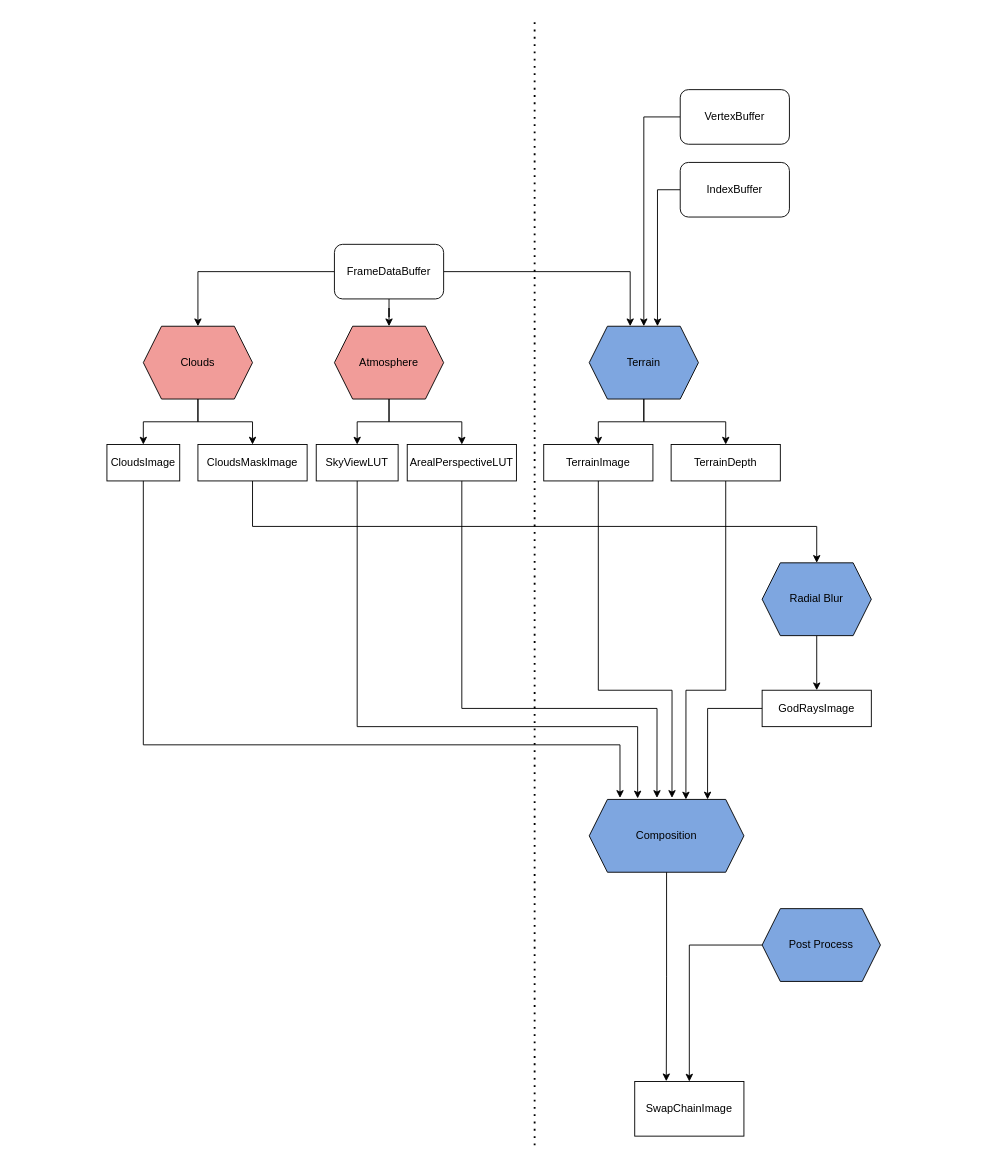
Above: examples/cloud_renderer/framegraph.drawio in elliahu/hammock (draw.io), before the change. Source tidied: cells renumbered, new cells numbered last; positions are measured from the earlier drawing's top-left corner, leaving out a move shared by most shapes. Both pictures are drawn from the tidied source at 91%, with x=0, y=0 at pixel (106, 16).
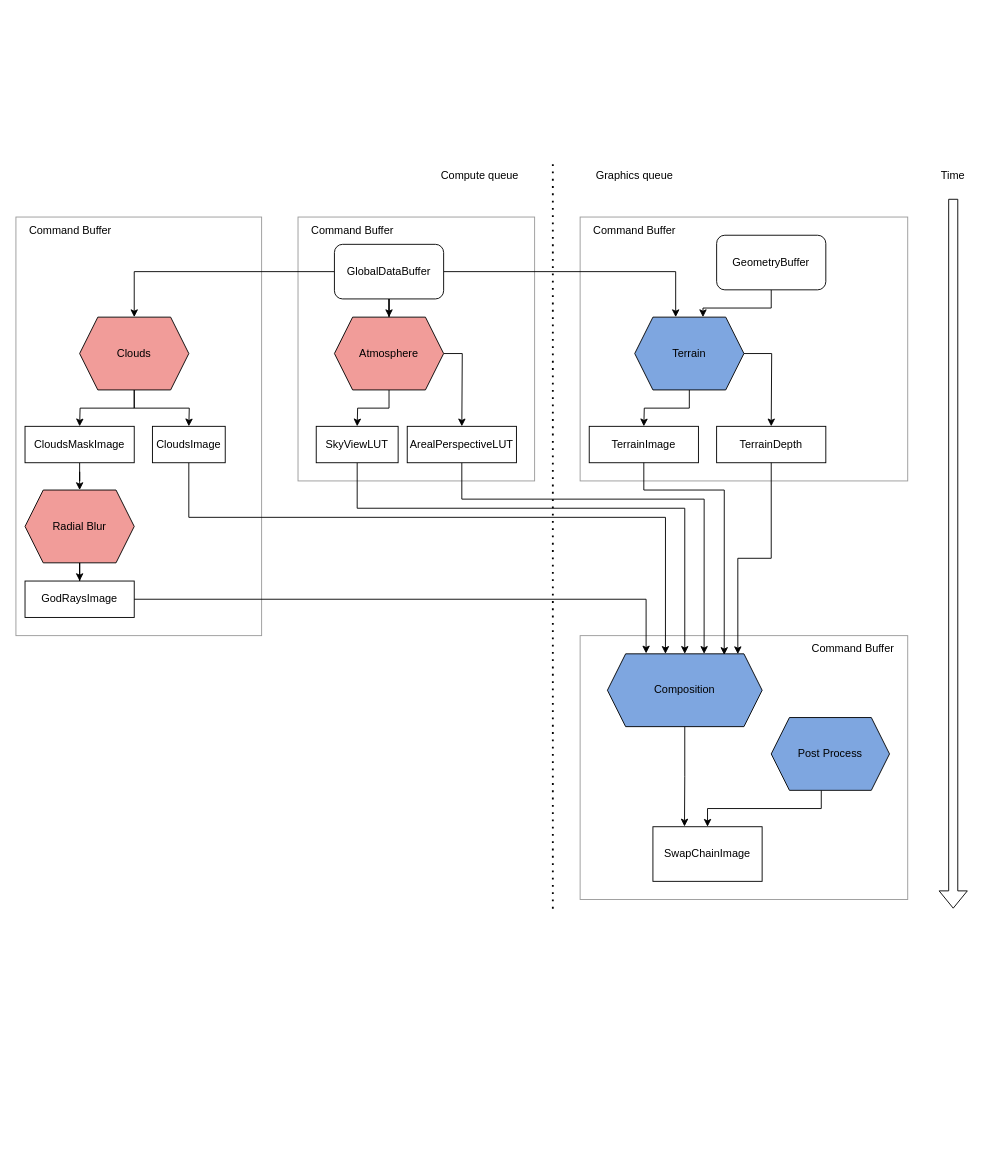
The same page after the edit.

The edit, as a diff of the source:
```diff
@@
+    <mxCell id="41" style="rounded=0;whiteSpace=wrap;html=1;fillColor=none;strokeColor=#999999;" parent="1" vertex="1">
+      <mxGeometry x="520" y="680" width="360" height="290" as="geometry" />
+    </mxCell>
+    <mxCell id="42" style="rounded=0;whiteSpace=wrap;html=1;fillColor=none;strokeColor=#999999;" parent="1" vertex="1">
+      <mxGeometry x="520" y="220" width="360" height="290" as="geometry" />
+    </mxCell>
+    <mxCell id="43" style="rounded=0;whiteSpace=wrap;html=1;fillColor=none;strokeColor=#999999;" parent="1" vertex="1">
+      <mxGeometry x="210" y="220" width="260" height="290" as="geometry" />
+    </mxCell>
+    <mxCell id="44" style="rounded=0;whiteSpace=wrap;html=1;fillColor=none;strokeColor=#999999;" parent="1" vertex="1">
+      <mxGeometry x="-100" y="220" width="270" height="460" as="geometry" />
+    </mxCell>
-    <mxCell id="2" style="edgeStyle=orthogonalEdgeStyle;rounded=0;jettySize=auto;html=1;entryX=0.5;entryY=0;entryDx=0;entryDy=0;" parent="1" edge="1" source="4" target="9">
-      <mxGeometry relative="1" as="geometry" />
+    <mxCell id="2" style="edgeStyle=orthogonalEdgeStyle;rounded=0;jettySize=auto;html=1;entryX=0.5;entryY=0;entryDx=0;entryDy=0;" parent="1" edge="1" source="4">
+      <mxGeometry relative="1" as="geometry">
+        <mxPoint x="-30" y="450" as="targetPoint" />
+      </mxGeometry>
     </mxCell>
-    <mxCell id="3" style="edgeStyle=orthogonalEdgeStyle;rounded=0;jettySize=auto;html=1;entryX=0.5;entryY=0;entryDx=0;entryDy=0;" parent="1" edge="1" source="4" target="11">
-      <mxGeometry relative="1" as="geometry" />
+    <mxCell id="3" style="edgeStyle=orthogonalEdgeStyle;rounded=0;jettySize=auto;html=1;entryX=0.5;entryY=0;entryDx=0;entryDy=0;" parent="1" edge="1" source="4">
+      <mxGeometry relative="1" as="geometry">
+        <mxPoint x="90" y="450" as="targetPoint" />
+      </mxGeometry>
     </mxCell>
     <mxCell id="4" value="Clouds" style="shape=hexagon;perimeter=hexagonPerimeter2;whiteSpace=wrap;html=1;fixedSize=1;fillColor=#F19C99;" parent="1" vertex="1">
-      <mxGeometry x="40" y="340" width="120" height="80" as="geometry" />
+      <mxGeometry x="-30" y="330" width="120" height="80" as="geometry" />
     </mxCell>
@@
-    <mxCell id="8" value="FrameDataBuffer" style="rounded=1;whiteSpace=wrap;html=1;" parent="1" vertex="1">
+    <mxCell id="8" value="GlobalDataBuffer" style="rounded=1;whiteSpace=wrap;html=1;" parent="1" vertex="1">
       <mxGeometry x="250" y="250" width="120" height="60" as="geometry" />
     </mxCell>
+    <mxCell id="36" style="edgeStyle=orthogonalEdgeStyle;rounded=0;jettySize=auto;html=1;entryX=0.375;entryY=0;entryDx=0;entryDy=0;" parent="1" edge="1" source="9" target="12">
+      <mxGeometry relative="1" as="geometry">
+        <Array as="points">
+          <mxPoint x="90" y="550" />
+          <mxPoint x="614" y="550" />
+        </Array>
+      </mxGeometry>
+    </mxCell>
     <mxCell id="9" value="CloudsImage" style="rounded=0;whiteSpace=wrap;html=1;" parent="1" vertex="1">
-      <mxGeometry y="470" width="80" height="40" as="geometry" />
+      <mxGeometry x="50" y="450" width="80" height="40" as="geometry" />
     </mxCell>
-    <mxCell id="10" style="edgeStyle=orthogonalEdgeStyle;rounded=0;jettySize=auto;html=1;" parent="1" edge="1" source="11" target="19">
-      <mxGeometry relative="1" as="geometry">
-        <Array as="points">
-          <mxPoint x="160" y="560" />
-          <mxPoint x="780" y="560" />
-        </Array>
-      </mxGeometry>
+    <mxCell id="10" style="edgeStyle=orthogonalEdgeStyle;rounded=0;jettySize=auto;html=1;entryX=0.5;entryY=0;entryDx=0;entryDy=0;" parent="1" edge="1" source="11" target="19">
+      <mxGeometry relative="1" as="geometry" />
     </mxCell>
     <mxCell id="11" value="CloudsMask&lt;span style=&quot;background-color: transparent; color: light-dark(rgb(0, 0, 0), rgb(255, 255, 255));&quot;&gt;Image&lt;/span&gt;" style="rounded=0;whiteSpace=wrap;html=1;" parent="1" vertex="1">
-      <mxGeometry x="100" y="470" width="120" height="40" as="geometry" />
+      <mxGeometry x="-90" y="450" width="120" height="40" as="geometry" />
     </mxCell>
     <mxCell id="12" value="Composition" style="shape=hexagon;perimeter=hexagonPerimeter2;whiteSpace=wrap;html=1;fixedSize=1;fillColor=#7EA6E0;" parent="1" vertex="1">
-      <mxGeometry x="530" y="860" width="170" height="80" as="geometry" />
+      <mxGeometry x="550" y="700" width="170" height="80" as="geometry" />
     </mxCell>
     <mxCell id="13" value="SwapChainImage" style="rounded=0;whiteSpace=wrap;html=1;" parent="1" vertex="1">
-      <mxGeometry x="580" y="1170" width="120" height="60" as="geometry" />
+      <mxGeometry x="600" y="890" width="120" height="60" as="geometry" />
     </mxCell>
-    <mxCell id="14" style="edgeStyle=orthogonalEdgeStyle;rounded=0;jettySize=auto;html=1;entryX=0.5;entryY=0;entryDx=0;entryDy=0;" parent="1" edge="1" source="16" target="17">
-      <mxGeometry relative="1" as="geometry" />
+    <mxCell id="14" style="edgeStyle=orthogonalEdgeStyle;rounded=0;jettySize=auto;html=1;entryX=0.5;entryY=0;entryDx=0;entryDy=0;" parent="1" edge="1" source="16">
+      <mxGeometry relative="1" as="geometry">
+        <mxPoint x="590" y="450" as="targetPoint" />
+      </mxGeometry>
     </mxCell>
-    <mxCell id="15" style="edgeStyle=orthogonalEdgeStyle;rounded=0;jettySize=auto;html=1;entryX=0.5;entryY=0;entryDx=0;entryDy=0;" parent="1" edge="1" source="16" target="32">
-      <mxGeometry relative="1" as="geometry" />
+    <mxCell id="15" style="edgeStyle=orthogonalEdgeStyle;rounded=0;jettySize=auto;html=1;entryX=0.5;entryY=0;entryDx=0;entryDy=0;" parent="1" edge="1" source="16">
+      <mxGeometry relative="1" as="geometry">
+        <mxPoint x="730" y="450" as="targetPoint" />
+      </mxGeometry>
     </mxCell>
     <mxCell id="16" value="Terrain" style="shape=hexagon;perimeter=hexagonPerimeter2;whiteSpace=wrap;html=1;fixedSize=1;fillColor=#7EA6E0;" parent="1" vertex="1">
-      <mxGeometry x="530" y="340" width="120" height="80" as="geometry" />
+      <mxGeometry x="580" y="330" width="120" height="80" as="geometry" />
     </mxCell>
     <mxCell id="17" value="TerrainImage" style="rounded=0;whiteSpace=wrap;html=1;" parent="1" vertex="1">
-      <mxGeometry x="480" y="470" width="120" height="40" as="geometry" />
+      <mxGeometry x="530" y="450" width="120" height="40" as="geometry" />
     </mxCell>
-    <mxCell id="18" style="edgeStyle=orthogonalEdgeStyle;rounded=0;jettySize=auto;html=1;entryX=0.5;entryY=0;entryDx=0;entryDy=0;" parent="1" edge="1" source="19" target="20">
+    <mxCell id="18" style="edgeStyle=orthogonalEdgeStyle;rounded=0;jettySize=auto;html=1;" parent="1" edge="1" source="19" target="20">
       <mxGeometry relative="1" as="geometry" />
     </mxCell>
-    <mxCell id="19" value="Radial Blur" style="shape=hexagon;perimeter=hexagonPerimeter2;whiteSpace=wrap;html=1;fixedSize=1;fillColor=#7EA6E0;" parent="1" vertex="1">
-      <mxGeometry x="720" y="600" width="120" height="80" as="geometry" />
+    <mxCell id="19" value="Radial Blur" style="shape=hexagon;perimeter=hexagonPerimeter2;whiteSpace=wrap;html=1;fixedSize=1;fillColor=#F19C99;" parent="1" vertex="1">
+      <mxGeometry x="-90" y="520" width="120" height="80" as="geometry" />
     </mxCell>
     <mxCell id="20" value="GodRaysImage" style="rounded=0;whiteSpace=wrap;html=1;" parent="1" vertex="1">
-      <mxGeometry x="720" y="740" width="120" height="40" as="geometry" />
+      <mxGeometry x="-90" y="620" width="120" height="40" as="geometry" />
     </mxCell>
-    <mxCell id="21" style="edgeStyle=orthogonalEdgeStyle;rounded=0;jettySize=auto;html=1;entryX=0.5;entryY=0;entryDx=0;entryDy=0;" parent="1" edge="1" source="22" target="16">
-      <mxGeometry relative="1" as="geometry">
-        <Array as="points">
-          <mxPoint x="590" y="110" />
-        </Array>
-      </mxGeometry>
-    </mxCell>
-    <mxCell id="22" value="VertexBuffer" style="rounded=1;whiteSpace=wrap;html=1;" parent="1" vertex="1">
-      <mxGeometry x="630" y="80" width="120" height="60" as="geometry" />
-    </mxCell>
     <mxCell id="23" style="edgeStyle=orthogonalEdgeStyle;rounded=0;jettySize=auto;html=1;entryX=0.625;entryY=0;entryDx=0;entryDy=0;" parent="1" edge="1" source="24" target="16">
       <mxGeometry relative="1" as="geometry">
         <Array as="points">
-          <mxPoint x="605" y="190" />
+          <mxPoint x="655" y="320" />
         </Array>
       </mxGeometry>
     </mxCell>
-    <mxCell id="24" value="IndexBuffer" style="rounded=1;whiteSpace=wrap;html=1;" parent="1" vertex="1">
-      <mxGeometry x="630" y="160" width="120" height="60" as="geometry" />
+    <mxCell id="24" value="GeometryBuffer" style="rounded=1;whiteSpace=wrap;html=1;" parent="1" vertex="1">
+      <mxGeometry x="670" y="240" width="120" height="60" as="geometry" />
     </mxCell>
-    <mxCell id="25" style="edgeStyle=orthogonalEdgeStyle;rounded=0;jettySize=auto;html=1;entryX=0.5;entryY=0;entryDx=0;entryDy=0;" parent="1" edge="1" source="27" target="28">
-      <mxGeometry relative="1" as="geometry" />
+    <mxCell id="25" style="edgeStyle=orthogonalEdgeStyle;rounded=0;jettySize=auto;html=1;entryX=0.5;entryY=0;entryDx=0;entryDy=0;" parent="1" edge="1" source="27">
+      <mxGeometry relative="1" as="geometry">
+        <mxPoint x="275" y="450" as="targetPoint" />
+      </mxGeometry>
     </mxCell>
-    <mxCell id="26" style="edgeStyle=orthogonalEdgeStyle;rounded=0;jettySize=auto;html=1;entryX=0.5;entryY=0;entryDx=0;entryDy=0;" parent="1" edge="1" source="27" target="29">
-      <mxGeometry relative="1" as="geometry" />
+    <mxCell id="26" style="edgeStyle=orthogonalEdgeStyle;rounded=0;jettySize=auto;html=1;entryX=0.5;entryY=0;entryDx=0;entryDy=0;" parent="1" edge="1" source="27">
+      <mxGeometry relative="1" as="geometry">
+        <mxPoint x="390" y="450" as="targetPoint" />
+      </mxGeometry>
     </mxCell>
     <mxCell id="27" value="Atmosphere" style="shape=hexagon;perimeter=hexagonPerimeter2;whiteSpace=wrap;html=1;fixedSize=1;shadow=0;fillColor=#F19C99;" parent="1" vertex="1">
-      <mxGeometry x="250" y="340" width="120" height="80" as="geometry" />
+      <mxGeometry x="250" y="330" width="120" height="80" as="geometry" />
     </mxCell>
+    <mxCell id="37" style="edgeStyle=orthogonalEdgeStyle;rounded=0;jettySize=auto;html=1;entryX=0.5;entryY=0;entryDx=0;entryDy=0;" parent="1" edge="1" source="28" target="12">
+      <mxGeometry relative="1" as="geometry">
+        <Array as="points">
+          <mxPoint x="275" y="540" />
+          <mxPoint x="635" y="540" />
+        </Array>
+      </mxGeometry>
+    </mxCell>
     <mxCell id="28" value="SkyViewLUT" style="rounded=0;whiteSpace=wrap;html=1;" parent="1" vertex="1">
-      <mxGeometry x="230" y="470" width="90" height="40" as="geometry" />
+      <mxGeometry x="230" y="450" width="90" height="40" as="geometry" />
     </mxCell>
+    <mxCell id="38" style="edgeStyle=orthogonalEdgeStyle;rounded=0;jettySize=auto;html=1;entryX=0.625;entryY=0;entryDx=0;entryDy=0;" parent="1" edge="1" source="29" target="12">
+      <mxGeometry relative="1" as="geometry">
+        <Array as="points">
+          <mxPoint x="390" y="530" />
+          <mxPoint x="656" y="530" />
+        </Array>
+      </mxGeometry>
+    </mxCell>
     <mxCell id="29" value="ArealPerspectiveLUT" style="rounded=0;whiteSpace=wrap;html=1;" parent="1" vertex="1">
-      <mxGeometry x="330" y="470" width="120" height="40" as="geometry" />
+      <mxGeometry x="330" y="450" width="120" height="40" as="geometry" />
     </mxCell>
     <mxCell id="30" style="endArrow=none;dashed=1;html=1;dashPattern=1 3;strokeWidth=2;rounded=0;" parent="1" edge="1">
       <mxGeometry relative="1" as="geometry">
-        <mxPoint x="470" y="1240" as="sourcePoint" />
-        <mxPoint x="470" as="targetPoint" />
+        <mxPoint x="490" y="980" as="sourcePoint" />
+        <mxPoint x="490" y="160" as="targetPoint" />
       </mxGeometry>
     </mxCell>
-    <mxCell id="31" style="edgeStyle=orthogonalEdgeStyle;rounded=0;jettySize=auto;html=1;entryX=0.625;entryY=0;entryDx=0;entryDy=0;" parent="1" edge="1" source="32" target="12">
-      <mxGeometry relative="1" as="geometry">
-        <Array as="points">
-          <mxPoint x="680" y="740" />
-          <mxPoint x="636" y="740" />
-        </Array>
-      </mxGeometry>
-    </mxCell>
     <mxCell id="32" value="TerrainDepth" style="rounded=0;whiteSpace=wrap;html=1;" parent="1" vertex="1">
-      <mxGeometry x="620" y="470" width="120" height="40" as="geometry" />
+      <mxGeometry x="670" y="450" width="120" height="40" as="geometry" />
     </mxCell>
     <mxCell id="33" style="edgeStyle=orthogonalEdgeStyle;rounded=0;jettySize=auto;html=1;entryX=0.5;entryY=0;entryDx=0;entryDy=0;" parent="1" edge="1" source="34" target="13">
-      <mxGeometry relative="1" as="geometry" />
+      <mxGeometry relative="1" as="geometry">
+        <Array as="points">
+          <mxPoint x="785" y="870" />
+          <mxPoint x="660" y="870" />
+        </Array>
+      </mxGeometry>
     </mxCell>
     <mxCell id="34" value="Post Process" style="shape=hexagon;perimeter=hexagonPerimeter2;whiteSpace=wrap;html=1;fixedSize=1;fillColor=#7EA6E0;" parent="1" vertex="1">
-      <mxGeometry x="720" y="980" width="130" height="80" as="geometry" />
+      <mxGeometry x="730" y="770" width="130" height="80" as="geometry" />
     </mxCell>
@@
-    <mxCell id="36" style="edgeStyle=orthogonalEdgeStyle;rounded=0;jettySize=auto;html=1;entryX=0.199;entryY=-0.021;entryDx=0;entryDy=0;entryPerimeter=0;" parent="1" edge="1" source="9" target="12">
-      <mxGeometry relative="1" as="geometry">
-        <Array as="points">
-          <mxPoint x="40" y="800" />
-          <mxPoint x="564" y="800" />
-        </Array>
-      </mxGeometry>
-    </mxCell>
-    <mxCell id="37" style="edgeStyle=orthogonalEdgeStyle;rounded=0;jettySize=auto;html=1;entryX=0.313;entryY=-0.014;entryDx=0;entryDy=0;entryPerimeter=0;" parent="1" edge="1" source="28" target="12">
-      <mxGeometry relative="1" as="geometry">
-        <Array as="points">
-          <mxPoint x="275" y="780" />
-          <mxPoint x="583" y="780" />
-        </Array>
-      </mxGeometry>
-    </mxCell>
-    <mxCell id="38" style="edgeStyle=orthogonalEdgeStyle;rounded=0;jettySize=auto;html=1;entryX=0.438;entryY=-0.021;entryDx=0;entryDy=0;entryPerimeter=0;" parent="1" edge="1" source="29" target="12">
-      <mxGeometry relative="1" as="geometry">
-        <Array as="points">
-          <mxPoint x="390" y="760" />
-          <mxPoint x="604" y="760" />
-        </Array>
-      </mxGeometry>
-    </mxCell>
+    <mxCell id="45" value="Compute queue" style="text;html=1;align=center;verticalAlign=middle;whiteSpace=wrap;rounded=0;" parent="1" vertex="1">
+      <mxGeometry x="350" y="160" width="120" height="30" as="geometry" />
+    </mxCell>
+    <mxCell id="46" value="Graphics queue" style="text;html=1;align=center;verticalAlign=middle;whiteSpace=wrap;rounded=0;" parent="1" vertex="1">
+      <mxGeometry x="520" y="160" width="120" height="30" as="geometry" />
+    </mxCell>
+    <mxCell id="47" style="edgeStyle=orthogonalEdgeStyle;rounded=0;orthogonalLoop=1;jettySize=auto;html=1;exitX=0.5;exitY=1;exitDx=0;exitDy=0;" parent="1" edge="1" source="42" target="42">
+      <mxGeometry relative="1" as="geometry" />
+    </mxCell>
+    <mxCell id="31" style="edgeStyle=orthogonalEdgeStyle;rounded=0;jettySize=auto;html=1;entryX=0.843;entryY=0.004;entryDx=0;entryDy=0;entryPerimeter=0;" parent="1" edge="1" source="32" target="12">
+      <mxGeometry relative="1" as="geometry" />
+    </mxCell>
-    <mxCell id="39" style="edgeStyle=orthogonalEdgeStyle;rounded=0;jettySize=auto;html=1;entryX=0.535;entryY=-0.021;entryDx=0;entryDy=0;entryPerimeter=0;" parent="1" edge="1" source="17" target="12">
+    <mxCell id="39" style="edgeStyle=orthogonalEdgeStyle;rounded=0;jettySize=auto;html=1;entryX=0.755;entryY=0.015;entryDx=0;entryDy=0;entryPerimeter=0;" parent="1" edge="1" source="17" target="12">
       <mxGeometry relative="1" as="geometry">
         <Array as="points">
-          <mxPoint x="540" y="740" />
-          <mxPoint x="621" y="740" />
+          <mxPoint x="590" y="520" />
+          <mxPoint x="678" y="520" />
         </Array>
       </mxGeometry>
     </mxCell>
-    <mxCell id="40" style="edgeStyle=orthogonalEdgeStyle;rounded=0;jettySize=auto;html=1;entryX=0.765;entryY=0;entryDx=0;entryDy=0;entryPerimeter=0;" parent="1" edge="1" source="20" target="12">
+    <mxCell id="40" style="edgeStyle=orthogonalEdgeStyle;rounded=0;jettySize=auto;html=1;entryX=0.25;entryY=-0.006;entryDx=0;entryDy=0;entryPerimeter=0;" parent="1" edge="1" source="20" target="12">
       <mxGeometry relative="1" as="geometry" />
     </mxCell>
+    <mxCell id="48" value="Command Buffer" style="text;html=1;align=center;verticalAlign=middle;whiteSpace=wrap;rounded=0;" parent="1" vertex="1">
+      <mxGeometry x="-100" y="220" width="120" height="30" as="geometry" />
+    </mxCell>
+    <mxCell id="49" value="Command Buffer" style="text;html=1;align=center;verticalAlign=middle;whiteSpace=wrap;rounded=0;" parent="1" vertex="1">
+      <mxGeometry x="210" y="220" width="120" height="30" as="geometry" />
+    </mxCell>
+    <mxCell id="50" value="Command Buffer" style="text;html=1;align=center;verticalAlign=middle;whiteSpace=wrap;rounded=0;" parent="1" vertex="1">
+      <mxGeometry x="520" y="220" width="120" height="30" as="geometry" />
+    </mxCell>
+    <mxCell id="51" value="Command Buffer" style="text;html=1;align=center;verticalAlign=middle;whiteSpace=wrap;rounded=0;" parent="1" vertex="1">
+      <mxGeometry x="760" y="680" width="120" height="30" as="geometry" />
+    </mxCell>
+    <mxCell id="52" style="shape=flexArrow;endArrow=classic;html=1;rounded=0;" parent="1" edge="1">
+      <mxGeometry relative="1" as="geometry">
+        <mxPoint x="930" y="200" as="sourcePoint" />
+        <mxPoint x="930" y="980" as="targetPoint" />
+      </mxGeometry>
+    </mxCell>
+    <mxCell id="53" value="Time" style="text;html=1;align=center;verticalAlign=middle;whiteSpace=wrap;rounded=0;" parent="1" vertex="1">
+      <mxGeometry x="910" y="160" width="40" height="30" as="geometry" />
+    </mxCell>
```
